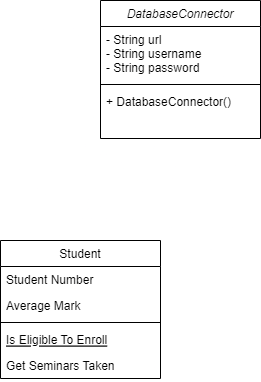
The draw.io diagram Module5/ProgrammingAssignment/Chapter34Exercise/SalaryDatabaseUML.png in njlowhorn/Java_Class, before a commit. Source tidied: cells renumbered, new cells last; positions are measured from the earlier drawing's top-left corner, leaving out a move shared by most shapes.
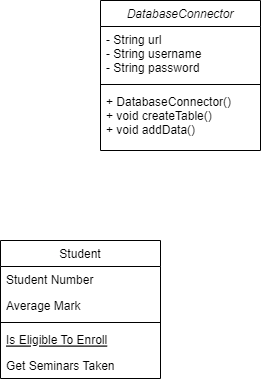
After the change.

The edit, as a diff of the source:
```diff
@@ -3,7 +3,7 @@
     <mxCell id="0" />
     <mxCell id="1" parent="0" />
     <mxCell id="2" value="DatabaseConnector" style="swimlane;fontStyle=2;align=center;verticalAlign=top;horizontal=1;startSize=26;rounded=0;shadow=0;strokeWidth=1;" parent="1" vertex="1">
-      <mxGeometry x="100" width="160" height="138" as="geometry" />
+      <mxGeometry x="100" width="160" height="150" as="geometry" />
     </mxCell>
     <mxCell id="3" value="- String url&#10;- String username&#10;- String password" style="text;align=left;verticalAlign=top;spacingLeft=4;spacingRight=4;overflow=hidden;" parent="2" vertex="1">
       <mxGeometry y="26" width="160" height="54" as="geometry" />
@@ -11,8 +11,8 @@
     <mxCell id="4" style="line;html=1;strokeWidth=1;align=left;verticalAlign=middle;spacingTop=-1;spacingLeft=3;spacingRight=3;labelPosition=right;" parent="2" vertex="1">
       <mxGeometry y="80" width="160" height="8" as="geometry" />
     </mxCell>
-    <mxCell id="5" value="+ DatabaseConnector()&#10;" style="text;align=left;verticalAlign=top;spacingLeft=4;spacingRight=4;overflow=hidden;" parent="2" vertex="1">
-      <mxGeometry y="88" width="160" height="26" as="geometry" />
+    <mxCell id="5" value="+ DatabaseConnector()&#10;+ void createTable()&#10;+ void addData()" style="text;align=left;verticalAlign=top;spacingLeft=4;spacingRight=4;overflow=hidden;" parent="2" vertex="1">
+      <mxGeometry y="88" width="160" height="62" as="geometry" />
     </mxCell>
     <mxCell id="6" value="Student" style="swimlane;fontStyle=0;align=center;verticalAlign=top;horizontal=1;startSize=26;rounded=0;shadow=0;strokeWidth=1;" parent="1" vertex="1">
       <mxGeometry y="240" width="160" height="138" as="geometry" />
```
